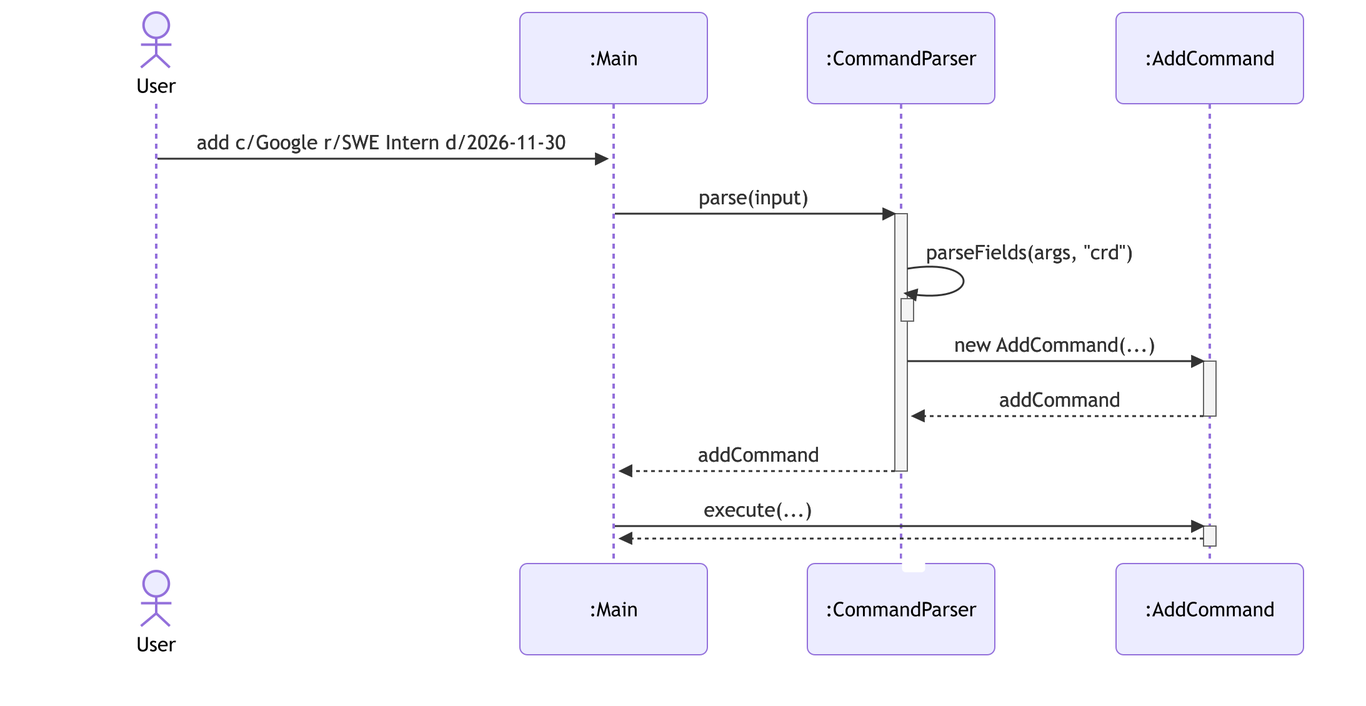
Before: docs/diagrams/typed-command-sequence.png, a diagram exported from Mermaid (AY2627S1-CS2113-T10-2/tp). Its source is kept beside it as docs/diagrams/sources/typed-command-sequence.mmd.
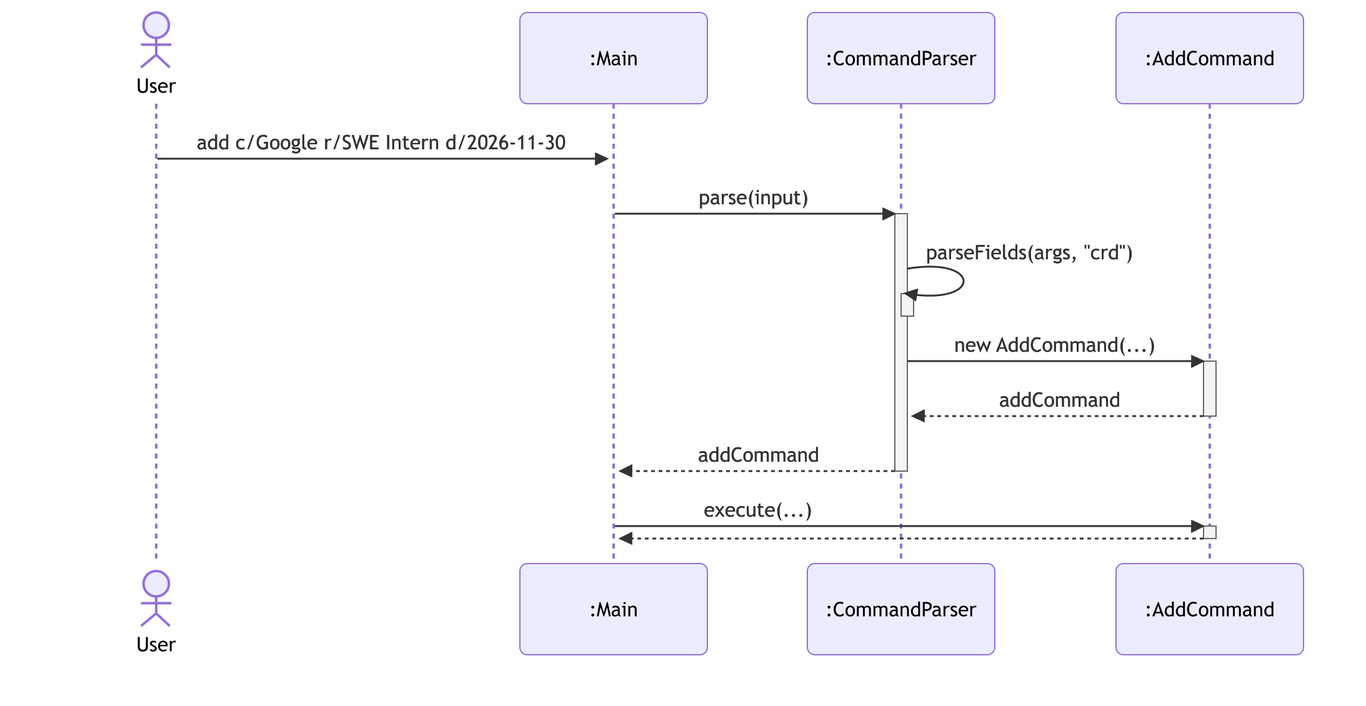
The same file after the commit.

Diff of the diagram source:
```diff
@@ -1,5 +1,4 @@
 %%{init: {'theme': 'default', 'sequence': {'actorMargin': 85, 'messageMargin': 45}}}%%
-%%{init: {'theme': 'default', 'sequence': {'actorMargin': 80, 'messageMargin': 45}}}%%
 sequenceDiagram
     actor user as User
     participant main as :Main
```
